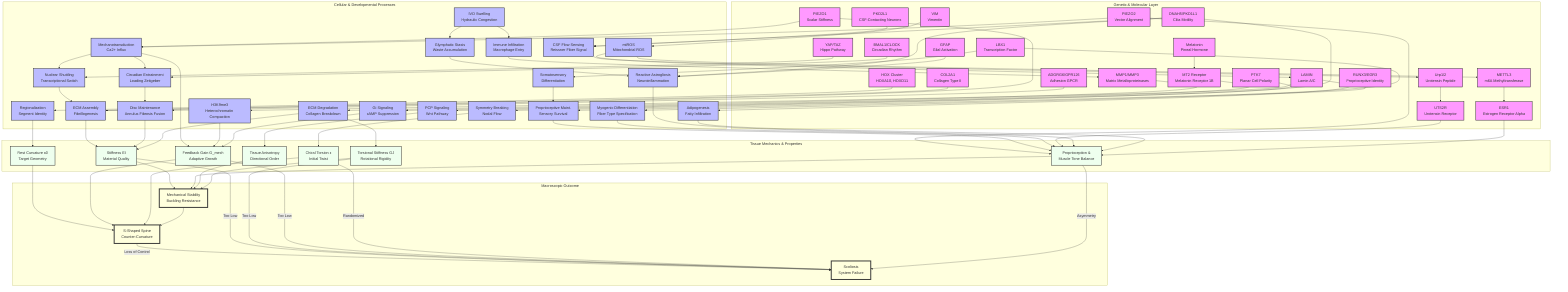
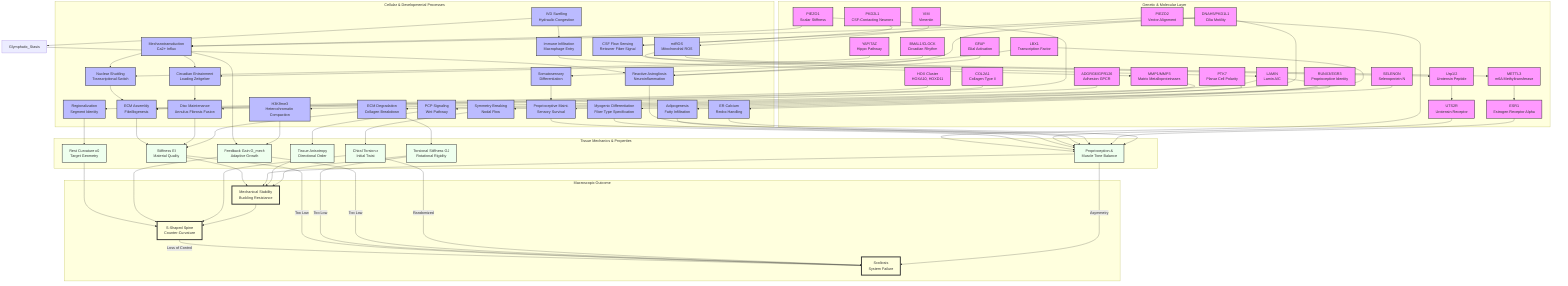
graph TD
    %% Subgraphs for Organization
    subgraph Genetics [Genetic & Molecular Layer]
        HOX[HOX Cluster<br/>HOXA10, HOXD11]
        COL[COL2A1<br/>Collagen Type II]
        PIEZO1[PIEZO1<br/>Scalar Stiffness]
        PIEZO2[PIEZO2<br/>Vector Alignment]
        CILIA[DNAH5/PKD1L1<br/>Cilia Motility]
        LBX1[LBX1<br/>Transcription Factor]
        ADGRG6[ADGRG6/GPR126<br/>Adhesion GPCR]
        PTK7[PTK7<br/>Planar Cell Polarity]
        YAP[YAP/TAZ<br/>Hippo Pathway]
        PKD2L1[PKD2L1<br/>CSF-Contacting Neurons]
        MMP[MMP1/MMP3<br/>Matrix Metalloproteinases]
        URP[Urp1/2<br/>Urotensin Peptide]
        UTS2R[UTS2R<br/>Urotensin Receptor]
        GFAP[GFAP<br/>Glial Activation]
        VIM[VIM<br/>Vimentin]
        LAMIN[LAMIN<br/>Lamin A/C]
        BMAL1[BMAL1/CLOCK<br/>Circadian Rhythm]
        RUNX3[RUNX3/EGR3<br/>Proprioceptive Identity]
        METTL3[METTL3<br/>m6A Methyltransferase]
        ESR1[ESR1<br/>Estrogen Receptor Alpha]
-         MELATONIN[Melatonin<br/>Pineal Hormone]
-         MT2[MT2 Receptor<br/>Melatonin Receptor 1B]
+         SELENON[SELENON<br/>Selenoprotein N]
    end

    subgraph Processes [Cellular & Developmental Processes]
        Astrogliosis[Reactive Astrogliosis<br/>Neuroinflammation]
        Region[Regionalization<br/>Segment Identity]
        ECM_Assembly[ECM Assembly<br/>Fibrillogenesis]
        Nucl_Shuttle[Nuclear Shuttling<br/>Transcriptional Switch]
        Mech_Trans[Mechanotransduction<br/>Ca2+ Influx]
        Sym_Break[Symmetry Breaking<br/>Nodal Flow]
        CSF_Sensing[CSF Flow Sensing<br/>Reissner Fiber Signal]
        Neur_Diff[Somatosensory<br/>Differentiation]
        Muscle_Diff[Myogenic Differentiation<br/>Fiber Type Specification]
        Disc_Maint[Disc Maintenance<br/>Annulus Fibrosis Fusion]
        PCP_Sig[PCP Signaling<br/>Wnt Pathway]
        Degradation[ECM Degradation<br/>Collagen Breakdown]
        mtROS[mtROS<br/>Mitochondrial ROS]
        Adipogenesis[Adipogenesis<br/>Fatty Infiltration]
        Hydraulic_Congestion[IVD Swelling<br/>Hydraulic Congestion]
        Immune_Infilt[Immune Infiltration<br/>Macrophage Entry]
        Circadian_Entrain[Circadian Entrainment<br/>Loading Zeitgeber]
        Proprio_Maint[Proprioceptive Maint.<br/>Sensory Survival]
        H3K9me3[H3K9me3<br/>Heterochromatin Compaction]
-         Glymphatic_Stasis[Glymphatic Stasis<br/>Waste Accumulation]
-         Gi_cAMP[Gi Signaling<br/>cAMP Suppression]
+         ER_Ca[ER Calcium<br/>Redox Handling]
    end

    subgraph Tissue [Tissue Mechanics & Properties]
        Rest_Kappa[Rest Curvature κ0<br/>Target Geometry]
        Stiffness[Stiffness EI<br/>Material Quality]
        Torsional_Stiffness[Torsional Stiffness GJ<br/>Rotational Rigidity]
        Gain[Feedback Gain G_mech<br/>Adaptive Growth]
        Torsion[Chiral Torsion ε<br/>Initial Twist]
        Muscle_Tone[Proprioception &<br/>Muscle Tone Balance]
        Anisotropy[Tissue Anisotropy<br/>Directional Order]
    end

    subgraph Outcome [Macroscopic Outcome]
        S_Curve[S-Shaped Spine<br/>Counter-Curvature]
        Stability[Mechanical Stability<br/>Buckling Resistance]
        Scoliosis[Scoliosis<br/>System Failure]
    end

    %% Connections
    HOX --> Region
    Region --> Rest_Kappa
    Rest_Kappa --> S_Curve

    COL --> ECM_Assembly
    ECM_Assembly --> Stiffness
    Stiffness --> Stability

    PIEZO1 --> Mech_Trans
    PIEZO2 --> Mech_Trans
    Mech_Trans --> Gain
    Gain --> S_Curve

    %% NEW ARC: Piezo Duality (Vector-Scalar Mismatch)
    PIEZO1 --> ECM_Assembly
    PIEZO2 --> Muscle_Tone

    CILIA --> Sym_Break
    Sym_Break --> Torsion
    Torsion --> S_Curve

    LBX1 --> Neur_Diff
    LBX1 --> Muscle_Diff
    Neur_Diff --> Proprio_Maint
    Proprio_Maint --> Muscle_Tone
    Muscle_Diff --> Muscle_Tone
    Muscle_Tone --> Stability

    %% NEW ARC: Proprioceptive Maintenance
    RUNX3 --> Proprio_Maint

    %% NEW ARC: ADGRG6
    ADGRG6 --> Disc_Maint
    Disc_Maint --> Stiffness

    %% NEW ARC: PTK7
    PTK7 --> PCP_Sig
    PCP_Sig --> Anisotropy
    Anisotropy --> Stability

    %% NEW ARC: YAP/TAZ
    YAP --> Nucl_Shuttle
    Nucl_Shuttle --> ECM_Assembly
    Mech_Trans --> Nucl_Shuttle

    %% NEW ARC: CSF/Reissner Fiber
    CILIA --> CSF_Sensing
    PKD2L1 --> CSF_Sensing
    CSF_Sensing --> URP
    URP --> UTS2R
    UTS2R --> Muscle_Tone

    %% NEW ARC: MMP Degradation
    MMP --> Degradation
    Degradation --> Stiffness

    %% NEW ARC: Neuro-Inflammatory Pathway
    CILIA --> Astrogliosis
    GFAP --> Astrogliosis
    Astrogliosis --> Muscle_Tone

    %% NEW ARC: Vimentin Metabolic Switch
    VIM --> mtROS
    mtROS --> LAMIN
    LAMIN --> Adipogenesis
    Adipogenesis --> Muscle_Tone

    %% NEW ARC: Inflamed Torsion
    Hydraulic_Congestion --> Immune_Infilt
    Immune_Infilt --> MMP
    Degradation --> Torsional_Stiffness
    Torsional_Stiffness --> Stability

    %% NEW ARC: Glymphatic Stasis
    Hydraulic_Congestion --> Glymphatic_Stasis
    Glymphatic_Stasis --> Astrogliosis

    %% Cross-Talk and Failures
    Stability --> S_Curve
    S_Curve -- "Loss of Control" --> Scoliosis
    Stiffness -- "Too Low" --> Scoliosis
    Torsional_Stiffness -- "Too Low" --> Scoliosis
    Gain -- "Too Low" --> Scoliosis
    Torsion -- "Randomized" --> Scoliosis
    Muscle_Tone -- "Asymmetry" --> Scoliosis

    %% Styling
    classDef gene fill:#f9f,stroke:#333,stroke-width:2px;
    classDef process fill:#bbf,stroke:#333,stroke-width:2px;
    classDef tissue fill:#efe,stroke:#333,stroke-width:2px;
    classDef outcome fill:#ffd,stroke:#333,stroke-width:4px;

    %% NEW ARC: Spinal Jetlag
    BMAL1 --> Circadian_Entrain
    Mech_Trans --> Circadian_Entrain
    Circadian_Entrain --> Disc_Maint

    %% NEW ARC: Epigenetic Asymmetry
    mtROS --> METTL3
    METTL3 --> ESR1
    ESR1 --> Muscle_Tone

    %% NEW ARC: Nuclear Stiffness (Scalar Senescence)
    LAMIN --> H3K9me3
    H3K9me3 --> Gain

-     %% NEW ARC: Melatonin Gain Control
-     MELATONIN --> MT2
-     MT2 --> Gi_cAMP
-     Gi_cAMP --> Gain
+     %% NEW ARC: Rigid Spine Pathway
+     SELENON --> ER_Ca
+     ER_Ca --> Muscle_Tone

-     class HOX,COL,PIEZO1,PIEZO2,CILIA,LBX1,ADGRG6,PTK7,YAP,PKD2L1,MMP,URP,UTS2R,GFAP,VIM,LAMIN,BMAL1,RUNX3,METTL3,ESR1,MELATONIN,MT2 gene;
-     class Region,ECM_Assembly,Mech_Trans,Sym_Break,Neur_Diff,Muscle_Diff,Disc_Maint,PCP_Sig,Nucl_Shuttle,CSF_Sensing,Degradation,Astrogliosis,mtROS,Adipogenesis,Hydraulic_Congestion,Immune_Infilt,Circadian_Entrain,Proprio_Maint,H3K9me3,Glymphatic_Stasis,Gi_cAMP process;
+     class HOX,COL,PIEZO1,PIEZO2,CILIA,LBX1,ADGRG6,PTK7,YAP,PKD2L1,MMP,URP,UTS2R,GFAP,VIM,LAMIN,BMAL1,RUNX3,METTL3,ESR1,SELENON gene;
+     class Region,ECM_Assembly,Mech_Trans,Sym_Break,Neur_Diff,Muscle_Diff,Disc_Maint,PCP_Sig,Nucl_Shuttle,CSF_Sensing,Degradation,Astrogliosis,mtROS,Adipogenesis,Hydraulic_Congestion,Immune_Infilt,Circadian_Entrain,Proprio_Maint,H3K9me3,ER_Ca process;
    class Rest_Kappa,Stiffness,Torsional_Stiffness,Gain,Torsion,Muscle_Tone,Anisotropy tissue;
    class S_Curve,Stability,Scoliosis outcome;
